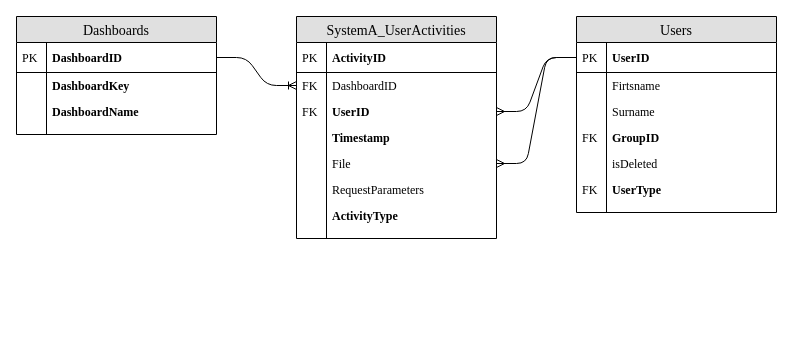
The draw.io diagram Images/Chapter2/SystemA_ERD_Basic/SystemA_ERD_Basic.drawio in CorrieScheepers/Masters, before the edit. Source tidied: cells renumbered, new cells numbered last; positions are measured from the earlier drawing's top-left corner, leaving out a move shared by most shapes. Both pictures are drawn from the tidied source at 100%, with x=0, y=0 at pixel (16, 16).
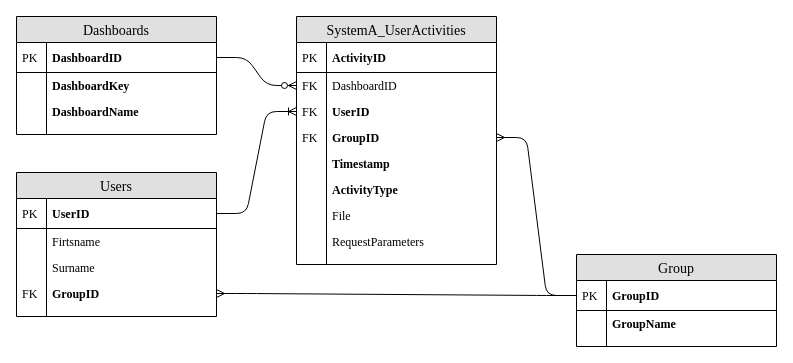
After the change.

The change refers to these unchanged cells:
```xml
<mxCell id="3" value="DashboardID" style="shape=partialRectangle;top=0;left=0;right=0;bottom=1;align=left;verticalAlign=middle;fillColor=none;spacingLeft=34;spacingRight=4;overflow=hidden;points=[[0,0.5],[1,0.5]];portConstraint=eastwest;fontStyle=1;fontSize=12;fontFamily=Times New Roman;" parent="2" vertex="1">
  <mxGeometry y="26" width="200" height="30" as="geometry" />
</mxCell>
<mxCell id="14" value="DashboardID" style="shape=partialRectangle;top=0;left=0;right=0;bottom=0;align=left;verticalAlign=top;fillColor=none;spacingLeft=34;spacingRight=4;overflow=hidden;points=[[0,0.5],[1,0.5]];portConstraint=eastwest;fontSize=12;fontFamily=Times New Roman;" parent="11" vertex="1">
  <mxGeometry y="56" width="200" height="26" as="geometry" />
</mxCell>
<mxCell id="16" value="UserID" style="shape=partialRectangle;top=0;left=0;right=0;bottom=0;align=left;verticalAlign=top;fillColor=none;spacingLeft=34;spacingRight=4;overflow=hidden;points=[[0,0.5],[1,0.5]];portConstraint=eastwest;fontSize=12;fontStyle=1;fontFamily=Times New Roman;" parent="11" vertex="1">
  <mxGeometry y="82" width="200" height="26" as="geometry" />
</mxCell>
<mxCell id="29" value="UserID" style="shape=partialRectangle;top=0;left=0;right=0;bottom=1;align=left;verticalAlign=middle;fillColor=none;spacingLeft=34;spacingRight=4;overflow=hidden;points=[[0,0.5],[1,0.5]];portConstraint=eastwest;fontStyle=1;fontSize=12;fontFamily=Times New Roman;" parent="28" vertex="1">
  <mxGeometry y="26" width="200" height="30" as="geometry" />
</mxCell>
<mxCell id="35" value="GroupID" style="shape=partialRectangle;top=0;left=0;right=0;bottom=0;align=left;verticalAlign=top;fillColor=none;spacingLeft=34;spacingRight=4;overflow=hidden;points=[[0,0.5],[1,0.5]];portConstraint=eastwest;fontSize=12;fontStyle=1;fontFamily=Times New Roman;" parent="28" vertex="1">
  <mxGeometry y="108" width="200" height="26" as="geometry" />
</mxCell>
```

What changed in the source:
```diff
@@
     <mxCell id="11" value="SystemA_UserActivities" style="swimlane;fontStyle=0;horizontal=1;startSize=26;fillColor=#e0e0e0;swimlaneFillColor=#ffffff;align=center;fontSize=14;fontFamily=Times New Roman;" parent="1" vertex="1">
-      <mxGeometry x="280" width="200" height="222" as="geometry" />
+      <mxGeometry x="280" width="200" height="248" as="geometry" />
     </mxCell>
@@
+    <mxCell id="46" value="GroupID" style="shape=partialRectangle;top=0;left=0;right=0;bottom=0;align=left;verticalAlign=top;fillColor=none;spacingLeft=34;spacingRight=4;overflow=hidden;points=[[0,0.5],[1,0.5]];portConstraint=eastwest;fontSize=12;fontFamily=Times New Roman;fontStyle=1;" parent="11" vertex="1">
+      <mxGeometry y="108" width="200" height="26" as="geometry" />
+    </mxCell>
+    <mxCell id="40" value="FK" style="shape=partialRectangle;top=0;left=0;bottom=0;fillColor=none;align=left;verticalAlign=top;spacingLeft=4;spacingRight=4;overflow=hidden;fontSize=12;fontFamily=Times New Roman;" parent="46" vertex="1">
+      <mxGeometry width="30" height="26" as="geometry" />
+    </mxCell>
     <mxCell id="18" value="Timestamp" style="shape=partialRectangle;top=0;left=0;right=0;bottom=0;align=left;verticalAlign=top;fillColor=none;spacingLeft=34;spacingRight=4;overflow=hidden;fontSize=12;fontStyle=1;fontFamily=Times New Roman;" parent="11" vertex="1">
-      <mxGeometry y="108" width="200" height="26" as="geometry" />
+      <mxGeometry y="134" width="200" height="26" as="geometry" />
     </mxCell>
@@
+    <mxCell id="24" value="ActivityType" style="shape=partialRectangle;top=0;left=0;right=0;bottom=0;align=left;verticalAlign=top;fillColor=none;spacingLeft=34;spacingRight=4;overflow=hidden;fontSize=12;fontStyle=1;fontFamily=Times New Roman;" parent="11" vertex="1">
+      <mxGeometry y="160" width="200" height="26" as="geometry" />
+    </mxCell>
+    <mxCell id="25" style="shape=partialRectangle;top=0;left=0;bottom=0;fillColor=none;align=left;verticalAlign=top;spacingLeft=4;spacingRight=4;overflow=hidden;fontSize=12;fontFamily=Times New Roman;" parent="24" vertex="1">
+      <mxGeometry width="30" height="26" as="geometry" />
+    </mxCell>
     <mxCell id="20" value="File" style="shape=partialRectangle;top=0;left=0;right=0;bottom=0;align=left;verticalAlign=top;fillColor=none;spacingLeft=34;spacingRight=4;overflow=hidden;fontSize=12;fontFamily=Times New Roman;" parent="11" vertex="1">
-      <mxGeometry y="134" width="200" height="26" as="geometry" />
+      <mxGeometry y="186" width="200" height="26" as="geometry" />
     </mxCell>
@@
     <mxCell id="22" value="RequestParameters" style="shape=partialRectangle;top=0;left=0;right=0;bottom=0;align=left;verticalAlign=top;fillColor=none;spacingLeft=34;spacingRight=4;overflow=hidden;fontSize=12;fontFamily=Times New Roman;" parent="11" vertex="1">
-      <mxGeometry y="160" width="200" height="26" as="geometry" />
+      <mxGeometry y="212" width="200" height="26" as="geometry" />
     </mxCell>
@@
-    <mxCell id="24" value="ActivityType" style="shape=partialRectangle;top=0;left=0;right=0;bottom=0;align=left;verticalAlign=top;fillColor=none;spacingLeft=34;spacingRight=4;overflow=hidden;fontSize=12;fontStyle=1;fontFamily=Times New Roman;" parent="11" vertex="1">
-      <mxGeometry y="186" width="200" height="26" as="geometry" />
-    </mxCell>
-    <mxCell id="25" style="shape=partialRectangle;top=0;left=0;bottom=0;fillColor=none;align=left;verticalAlign=top;spacingLeft=4;spacingRight=4;overflow=hidden;fontSize=12;fontFamily=Times New Roman;" parent="24" vertex="1">
-      <mxGeometry width="30" height="26" as="geometry" />
-    </mxCell>
     <mxCell id="26" style="shape=partialRectangle;top=0;left=0;right=0;bottom=0;align=left;verticalAlign=top;fillColor=none;spacingLeft=34;spacingRight=4;overflow=hidden;fontSize=12;fontFamily=Times New Roman;" parent="11" vertex="1">
-      <mxGeometry y="212" width="200" height="10" as="geometry" />
+      <mxGeometry y="238" width="200" height="10" as="geometry" />
     </mxCell>
@@
     <mxCell id="28" value="Users" style="swimlane;fontStyle=0;horizontal=1;startSize=26;fillColor=#e0e0e0;swimlaneFillColor=#ffffff;align=center;fontSize=14;fontFamily=Times New Roman;" parent="1" vertex="1">
-      <mxGeometry x="560" width="200" height="196" as="geometry" />
+      <mxGeometry y="156" width="200" height="144" as="geometry" />
     </mxCell>
@@
-    <mxCell id="37" value="isDeleted" style="shape=partialRectangle;top=0;left=0;right=0;bottom=0;align=left;verticalAlign=top;fillColor=none;spacingLeft=34;spacingRight=4;overflow=hidden;fontSize=12;fontFamily=Times New Roman;" parent="28" vertex="1">
-      <mxGeometry y="134" width="200" height="26" as="geometry" />
-    </mxCell>
-    <mxCell id="38" style="shape=partialRectangle;top=0;left=0;bottom=0;fillColor=none;align=left;verticalAlign=top;spacingLeft=4;spacingRight=4;overflow=hidden;fontSize=12;fontFamily=Times New Roman;" parent="37" vertex="1">
-      <mxGeometry width="30" height="26" as="geometry" />
-    </mxCell>
-    <mxCell id="39" value="UserType" style="shape=partialRectangle;top=0;left=0;right=0;bottom=0;align=left;verticalAlign=top;fillColor=none;spacingLeft=34;spacingRight=4;overflow=hidden;fontSize=12;fontStyle=1;fontFamily=Times New Roman;" parent="28" vertex="1">
-      <mxGeometry y="160" width="200" height="26" as="geometry" />
-    </mxCell>
-    <mxCell id="40" value="FK" style="shape=partialRectangle;top=0;left=0;bottom=0;fillColor=none;align=left;verticalAlign=top;spacingLeft=4;spacingRight=4;overflow=hidden;fontSize=12;fontFamily=Times New Roman;" parent="39" vertex="1">
-      <mxGeometry width="30" height="26" as="geometry" />
-    </mxCell>
     <mxCell id="41" style="shape=partialRectangle;top=0;left=0;right=0;bottom=0;align=left;verticalAlign=top;fillColor=none;spacingLeft=34;spacingRight=4;overflow=hidden;fontSize=12;fontFamily=Times New Roman;" parent="28" vertex="1">
-      <mxGeometry y="186" width="200" height="10" as="geometry" />
+      <mxGeometry y="134" width="200" height="10" as="geometry" />
     </mxCell>
@@
-    <mxCell id="43" style="edgeStyle=entityRelationEdgeStyle;fontSize=12;html=1;endArrow=ERoneToMany;exitX=1;exitY=0.5;exitDx=0;exitDy=0;entryX=0;entryY=0.5;entryDx=0;entryDy=0;fontFamily=Times New Roman;" parent="1" edge="1" source="3" target="14">
+    <mxCell id="43" style="edgeStyle=entityRelationEdgeStyle;fontSize=12;html=1;endArrow=ERzeroToMany;exitX=1;exitY=0.5;exitDx=0;exitDy=0;entryX=0;entryY=0.5;entryDx=0;entryDy=0;fontFamily=Times New Roman;endFill=1;" parent="1" edge="1" source="3" target="14">
       <mxGeometry relative="1" as="geometry" />
     </mxCell>
-    <mxCell id="44" style="edgeStyle=entityRelationEdgeStyle;fontSize=12;html=1;endArrow=none;exitX=1;exitY=0.5;exitDx=0;exitDy=0;entryX=0;entryY=0.5;entryDx=0;entryDy=0;endFill=0;startArrow=ERmany;startFill=0;fontFamily=Times New Roman;" parent="1" edge="1" source="16" target="29">
-      <mxGeometry relative="1" as="geometry" />
-    </mxCell>
-    <mxCell id="45" style="edgeStyle=entityRelationEdgeStyle;fontSize=12;html=1;endArrow=none;exitX=1;exitY=0.5;exitDx=0;exitDy=0;entryX=0;entryY=0.5;entryDx=0;entryDy=0;endFill=0;startArrow=ERmany;startFill=0;fontFamily=Times New Roman;" parent="1" edge="1" target="29">
-      <mxGeometry relative="1" as="geometry">
-        <mxPoint x="480" y="147" as="sourcePoint" />
-      </mxGeometry>
-    </mxCell>
+    <mxCell id="47" value="Group" style="swimlane;fontStyle=0;horizontal=1;startSize=26;fillColor=#e0e0e0;swimlaneFillColor=#ffffff;align=center;fontSize=14;fontFamily=Times New Roman;" parent="1" vertex="1">
+      <mxGeometry x="560" y="238" width="200" height="92" as="geometry" />
+    </mxCell>
+    <mxCell id="48" value="GroupID" style="shape=partialRectangle;top=0;left=0;right=0;bottom=1;align=left;verticalAlign=middle;fillColor=none;spacingLeft=34;spacingRight=4;overflow=hidden;points=[[0,0.5],[1,0.5]];portConstraint=eastwest;fontStyle=1;fontSize=12;fontFamily=Times New Roman;" parent="47" vertex="1">
+      <mxGeometry y="26" width="200" height="30" as="geometry" />
+    </mxCell>
+    <mxCell id="49" value="PK" style="shape=partialRectangle;top=0;left=0;bottom=0;fillColor=none;align=left;verticalAlign=middle;spacingLeft=4;spacingRight=4;overflow=hidden;fontSize=12;fontFamily=Times New Roman;" parent="48" vertex="1">
+      <mxGeometry width="30" height="30" as="geometry" />
+    </mxCell>
+    <mxCell id="50" value="GroupName" style="shape=partialRectangle;top=0;left=0;right=0;bottom=0;align=left;verticalAlign=top;fillColor=none;spacingLeft=34;spacingRight=4;overflow=hidden;fontSize=12;fontStyle=1;fontFamily=Times New Roman;" parent="47" vertex="1">
+      <mxGeometry y="56" width="200" height="26" as="geometry" />
+    </mxCell>
+    <mxCell id="38" style="shape=partialRectangle;top=0;left=0;bottom=0;fillColor=none;align=left;verticalAlign=top;spacingLeft=4;spacingRight=4;overflow=hidden;fontSize=12;fontFamily=Times New Roman;" parent="50" vertex="1">
+      <mxGeometry width="30" height="26" as="geometry" />
+    </mxCell>
+    <mxCell id="51" style="shape=partialRectangle;top=0;left=0;right=0;bottom=0;align=left;verticalAlign=top;fillColor=none;spacingLeft=34;spacingRight=4;overflow=hidden;fontSize=12;fontFamily=Times New Roman;" parent="47" vertex="1">
+      <mxGeometry y="82" width="200" height="10" as="geometry" />
+    </mxCell>
+    <mxCell id="52" style="shape=partialRectangle;top=0;left=0;bottom=0;fillColor=none;align=left;verticalAlign=top;spacingLeft=4;spacingRight=4;overflow=hidden;fontSize=12;fontFamily=Times New Roman;" parent="51" vertex="1">
+      <mxGeometry width="30" height="10" as="geometry" />
+    </mxCell>
+    <mxCell id="53" style="edgeStyle=entityRelationEdgeStyle;fontSize=12;html=1;endArrow=ERoneToMany;exitX=1;exitY=0.5;exitDx=0;exitDy=0;entryX=0;entryY=0.5;entryDx=0;entryDy=0;fontFamily=Times New Roman;" parent="1" edge="1" source="29" target="16">
+      <mxGeometry relative="1" as="geometry" />
+    </mxCell>
+    <mxCell id="54" style="edgeStyle=entityRelationEdgeStyle;fontSize=12;html=1;endArrow=none;exitX=1;exitY=0.5;exitDx=0;exitDy=0;entryX=0;entryY=0.5;entryDx=0;entryDy=0;fontFamily=Times New Roman;endFill=0;startArrow=ERmany;startFill=0;" parent="1" edge="1" source="35" target="48">
+      <mxGeometry relative="1" as="geometry" />
+    </mxCell>
+    <mxCell id="55" style="edgeStyle=entityRelationEdgeStyle;fontSize=12;html=1;endArrow=none;exitX=1;exitY=0.5;exitDx=0;exitDy=0;entryX=0;entryY=0.5;entryDx=0;entryDy=0;fontFamily=Times New Roman;endFill=0;startArrow=ERmany;startFill=0;" parent="1" edge="1" source="46" target="48">
+      <mxGeometry relative="1" as="geometry" />
+    </mxCell>
```
